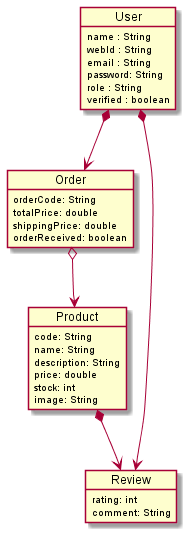
Before: images/DomainModel.png, a diagram exported from PlantUML (Arquisoft/dede_en2a). Its diagram source:
```plantuml
@startuml
object User{
    name : String
    webId : String
    email : String
    password: String
    role : String
    verified : boolean
}

object Product{
    code: String
    name: String
    description: String
    price: double
    stock: int
    image: String
}

object Order{
    orderCode: String
    totalPrice: double
    shippingPrice: double
    orderReceived: boolean
}

object Review{
    rating: int
    comment: String
}

User *--> Order
Order o--> Product
Product *--> Review
User *--> Review
@enduml
```
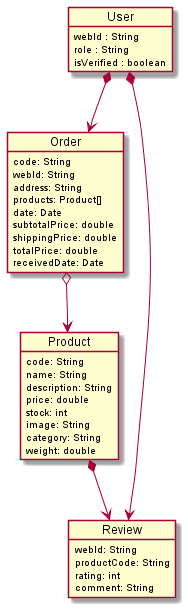
After the change.

What changed in the source:
```diff
@@ -1,11 +1,8 @@
 @startuml
 object User{
-    name : String
     webId : String
-    email : String
-    password: String
     role : String
-    verified : boolean
+    isVerified : boolean
 }
 
 object Product{
@@ -15,16 +12,25 @@
     price: double
     stock: int
     image: String
+    category: String
+    weight: double
 }
 
 object Order{
-    orderCode: String
+    code: String
+    webId: String
+    address: String
+    products: Product[]
+    date: Date
+    subtotalPrice: double
+    shippingPrice: double
     totalPrice: double
-    shippingPrice: double
-    orderReceived: boolean
+    receivedDate: Date
 }
 
 object Review{
+    webId: String
+    productCode: String
     rating: int
     comment: String
 }
```
